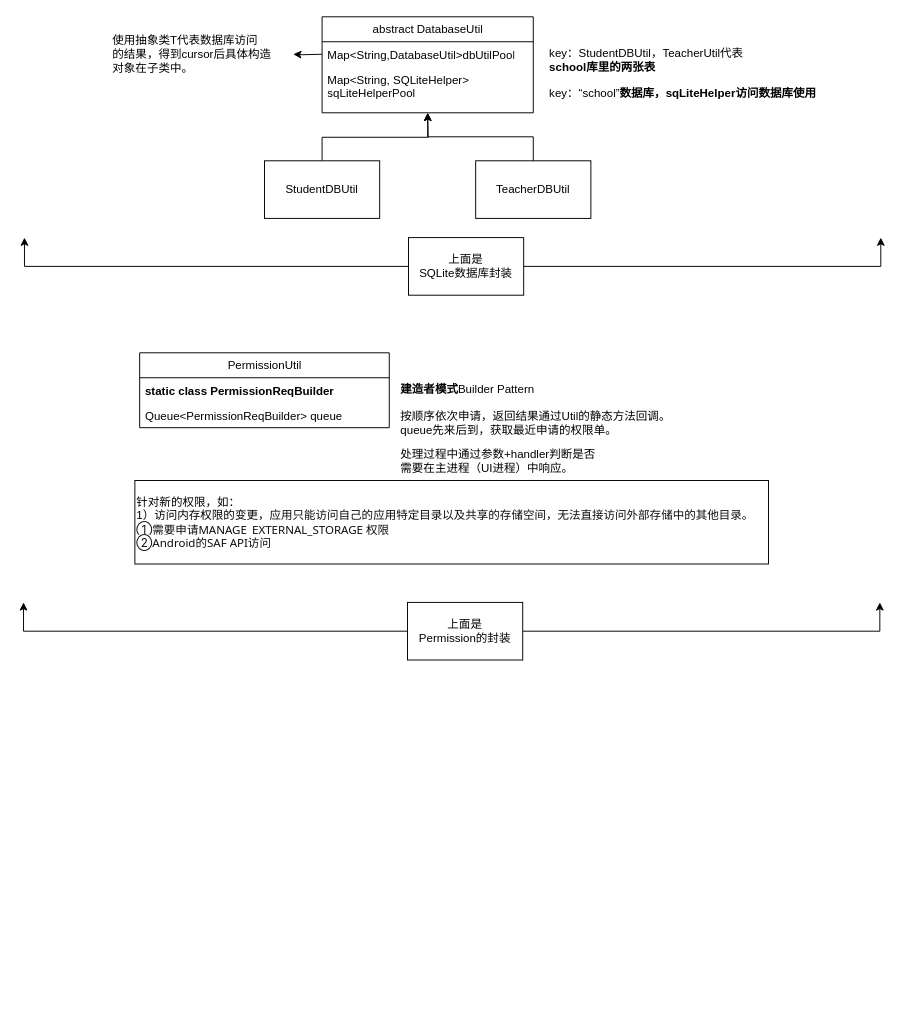
Before: WorkRecord/项目相关问题.drawio in baizhu0414/Diagrams, a draw.io diagram. Source tidied: cells renumbered, new cells numbered last; positions are measured from the earlier drawing's top-left corner, leaving out a move shared by most shapes. Both pictures are drawn from the tidied source at 96%, with x=0, y=0 at pixel (23, 16).
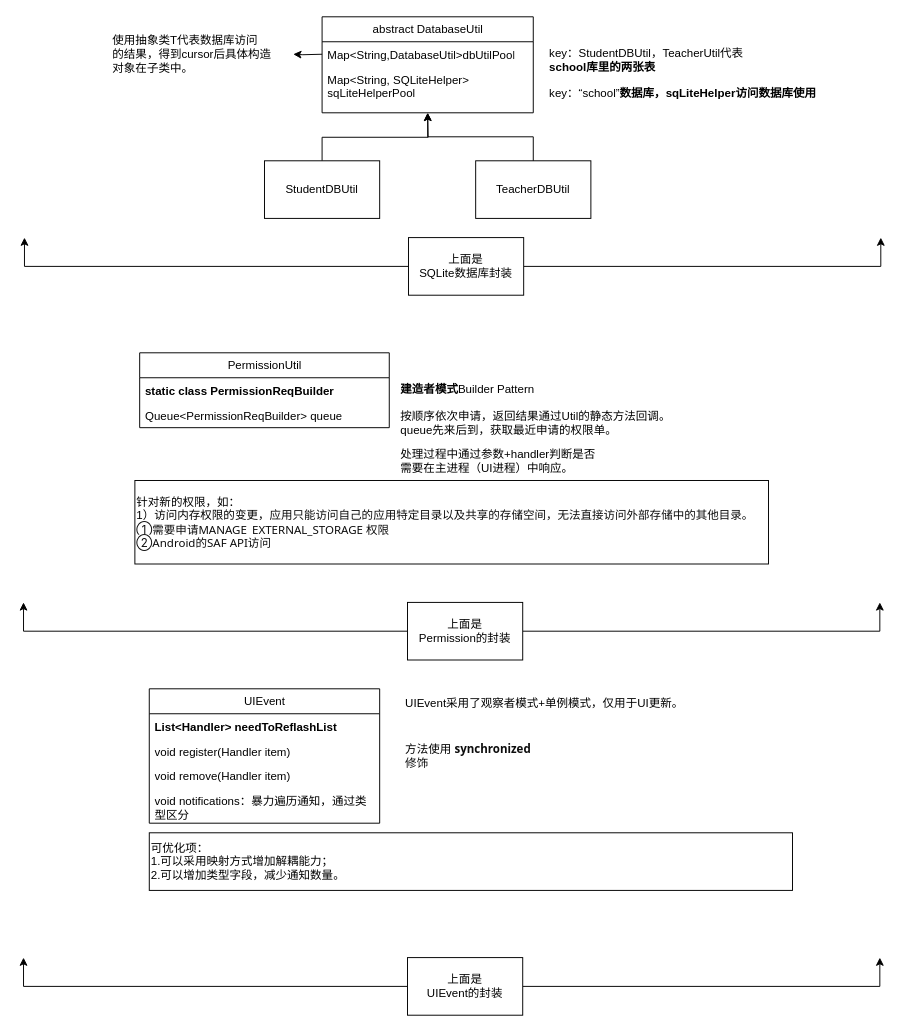
The same page after the edit.

Diff of the diagram source:
```diff
@@
+    <mxCell id="26" value="UIEvent" style="swimlane;fontStyle=0;horizontal=1;startSize=26;fillColor=none;html=1;" parent="1" vertex="1">
+      <mxGeometry x="131" y="700" width="240" height="140" as="geometry" />
+    </mxCell>
+    <mxCell id="27" value="&lt;b&gt;List&amp;lt;Handler&amp;gt; needToReflashList&lt;/b&gt;" style="text;strokeColor=none;fillColor=none;align=left;verticalAlign=top;spacingLeft=4;spacingRight=4;overflow=hidden;whiteSpace=wrap;html=1;" parent="26" vertex="1">
+      <mxGeometry y="26" width="240" height="26" as="geometry" />
+    </mxCell>
+    <mxCell id="28" value="void register(Handler item)" style="text;strokeColor=none;fillColor=none;align=left;verticalAlign=top;spacingLeft=4;spacingRight=4;overflow=hidden;whiteSpace=wrap;html=1;" parent="26" vertex="1">
+      <mxGeometry y="52" width="240" height="26" as="geometry" />
+    </mxCell>
+    <mxCell id="29" value="void remove(Handler item)" style="text;strokeColor=none;fillColor=none;align=left;verticalAlign=top;spacingLeft=4;spacingRight=4;overflow=hidden;whiteSpace=wrap;html=1;" parent="26" vertex="1">
+      <mxGeometry y="78" width="240" height="26" as="geometry" />
+    </mxCell>
+    <mxCell id="30" value="void notifications：暴力遍历通知，通过类型区分" style="text;strokeColor=none;fillColor=none;align=left;verticalAlign=top;spacingLeft=4;spacingRight=4;overflow=hidden;whiteSpace=wrap;html=1;" parent="26" vertex="1">
+      <mxGeometry y="104" width="240" height="36" as="geometry" />
+    </mxCell>
+    <mxCell id="31" value="UIEvent采用了观察者模式+单例模式，仅用于UI更新。" style="text;html=1;align=left;verticalAlign=middle;strokeColor=none;fillColor=none;" parent="1" vertex="1">
+      <mxGeometry x="396" y="700" width="310" height="30" as="geometry" />
+    </mxCell>
+    <mxCell id="32" value="方法使用&amp;nbsp;&lt;span style=&quot;border: 0px solid rgb(227, 227, 227); box-sizing: border-box; --tw-border-spacing-x: 0; --tw-border-spacing-y: 0; --tw-translate-x: 0; --tw-translate-y: 0; --tw-rotate: 0; --tw-skew-x: 0; --tw-skew-y: 0; --tw-scale-x: 1; --tw-scale-y: 1; --tw-pan-x: ; --tw-pan-y: ; --tw-pinch-zoom: ; --tw-scroll-snap-strictness: proximity; --tw-gradient-from-position: ; --tw-gradient-via-position: ; --tw-gradient-to-position: ; --tw-ordinal: ; --tw-slashed-zero: ; --tw-numeric-figure: ; --tw-numeric-spacing: ; --tw-numeric-fraction: ; --tw-ring-inset: ; --tw-ring-offset-width: 0px; --tw-ring-offset-color: #fff; --tw-ring-color: rgba(69,89,164,.5); --tw-ring-offset-shadow: 0 0 transparent; --tw-ring-shadow: 0 0 transparent; --tw-shadow: 0 0 transparent; --tw-shadow-colored: 0 0 transparent; --tw-blur: ; --tw-brightness: ; --tw-contrast: ; --tw-grayscale: ; --tw-hue-rotate: ; --tw-invert: ; --tw-saturate: ; --tw-sepia: ; --tw-drop-shadow: ; --tw-backdrop-blur: ; --tw-backdrop-brightness: ; --tw-backdrop-contrast: ; --tw-backdrop-grayscale: ; --tw-backdrop-hue-rotate: ; --tw-backdrop-invert: ; --tw-backdrop-opacity: ; --tw-backdrop-saturate: ; --tw-backdrop-sepia: ; font-weight: 600; color: rgb(13, 13, 13); font-family: Söhne, ui-sans-serif, system-ui, -apple-system, &amp;quot;Segoe UI&amp;quot;, Roboto, Ubuntu, Cantarell, &amp;quot;Noto Sans&amp;quot;, sans-serif, &amp;quot;Helvetica Neue&amp;quot;, Arial, &amp;quot;Apple Color Emoji&amp;quot;, &amp;quot;Segoe UI Emoji&amp;quot;, &amp;quot;Segoe UI Symbol&amp;quot;, &amp;quot;Noto Color Emoji&amp;quot;; font-size: 12px; white-space: pre-wrap; background-color: rgb(255, 255, 255);&quot;&gt;synchronized&lt;/span&gt;&lt;span style=&quot;border: 0px solid rgb(227, 227, 227); box-sizing: border-box; --tw-border-spacing-x: 0; --tw-border-spacing-y: 0; --tw-translate-x: 0; --tw-translate-y: 0; --tw-rotate: 0; --tw-skew-x: 0; --tw-skew-y: 0; --tw-scale-x: 1; --tw-scale-y: 1; --tw-pan-x: ; --tw-pan-y: ; --tw-pinch-zoom: ; --tw-scroll-snap-strictness: proximity; --tw-gradient-from-position: ; --tw-gradient-via-position: ; --tw-gradient-to-position: ; --tw-ordinal: ; --tw-slashed-zero: ; --tw-numeric-figure: ; --tw-numeric-spacing: ; --tw-numeric-fraction: ; --tw-ring-inset: ; --tw-ring-offset-width: 0px; --tw-ring-offset-color: #fff; --tw-ring-color: rgba(69,89,164,.5); --tw-ring-offset-shadow: 0 0 transparent; --tw-ring-shadow: 0 0 transparent; --tw-shadow: 0 0 transparent; --tw-shadow-colored: 0 0 transparent; --tw-blur: ; --tw-brightness: ; --tw-contrast: ; --tw-grayscale: ; --tw-hue-rotate: ; --tw-invert: ; --tw-saturate: ; --tw-sepia: ; --tw-drop-shadow: ; --tw-backdrop-blur: ; --tw-backdrop-brightness: ; --tw-backdrop-contrast: ; --tw-backdrop-grayscale: ; --tw-backdrop-hue-rotate: ; --tw-backdrop-invert: ; --tw-backdrop-opacity: ; --tw-backdrop-saturate: ; --tw-backdrop-sepia: ; color: rgb(13, 13, 13); font-family: Söhne, ui-sans-serif, system-ui, -apple-system, &amp;quot;Segoe UI&amp;quot;, Roboto, Ubuntu, Cantarell, &amp;quot;Noto Sans&amp;quot;, sans-serif, &amp;quot;Helvetica Neue&amp;quot;, Arial, &amp;quot;Apple Color Emoji&amp;quot;, &amp;quot;Segoe UI Emoji&amp;quot;, &amp;quot;Segoe UI Symbol&amp;quot;, &amp;quot;Noto Color Emoji&amp;quot;; font-size: 12px; white-space: pre-wrap; background-color: rgb(255, 255, 255);&quot;&gt;修饰&lt;/span&gt;" style="text;html=1;align=left;verticalAlign=middle;strokeColor=none;fillColor=none;fontSize=12;" parent="1" vertex="1">
+      <mxGeometry x="396" y="755" width="180" height="30" as="geometry" />
+    </mxCell>
+    <mxCell id="33" style="edgeStyle=orthogonalEdgeStyle;rounded=0;jettySize=auto;html=1;exitX=0;exitY=0.5;exitDx=0;exitDy=0;" parent="1" edge="1" source="35">
+      <mxGeometry relative="1" as="geometry">
+        <mxPoint y="980" as="targetPoint" />
+        <Array as="points">
+          <mxPoint y="1010" />
+        </Array>
+      </mxGeometry>
+    </mxCell>
+    <mxCell id="34" style="edgeStyle=orthogonalEdgeStyle;rounded=0;jettySize=auto;html=1;exitX=1;exitY=0.5;exitDx=0;exitDy=0;" parent="1" edge="1" source="35">
+      <mxGeometry relative="1" as="geometry">
+        <mxPoint x="892" y="980" as="targetPoint" />
+        <Array as="points">
+          <mxPoint x="892" y="1010" />
+        </Array>
+      </mxGeometry>
+    </mxCell>
+    <mxCell id="35" value="&lt;div&gt;上面是&lt;/div&gt;UIEvent的封装" style="whiteSpace=wrap;html=1;" parent="1" vertex="1">
+      <mxGeometry x="400" y="980" width="120" height="60" as="geometry" />
+    </mxCell>
+    <mxCell id="36" value="可优化项：&lt;br&gt;1.可以采用映射方式增加解耦能力；&lt;br&gt;2.可以增加类型字段，减少通知数量。" style="whiteSpace=wrap;html=1;align=left;" parent="1" vertex="1">
+      <mxGeometry x="131" y="850" width="670" height="60" as="geometry" />
+    </mxCell>
```
